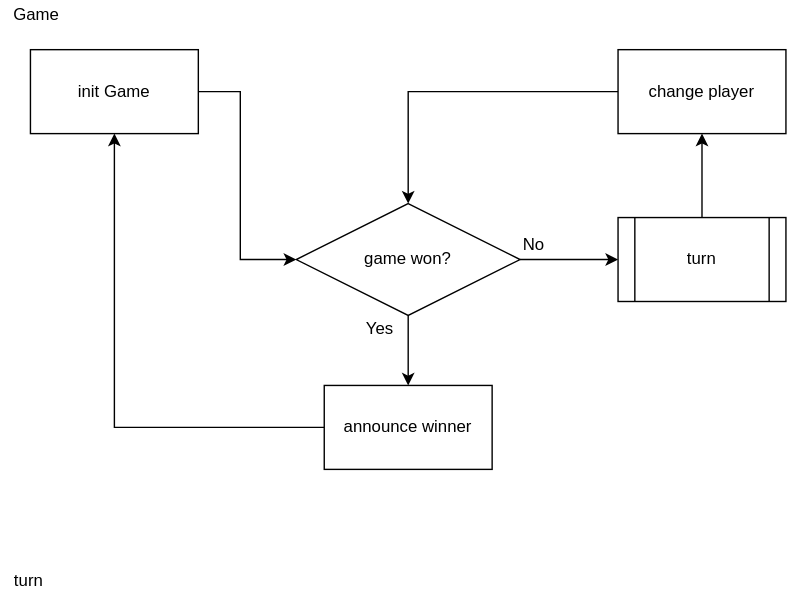
Above: doc/flowcharts/game.svg in shishakohle/AI-funurona (draw.io), before the change. Source tidied: cells renumbered, new cells last; positions are measured from the earlier drawing's top-left corner, leaving out a move shared by most shapes.
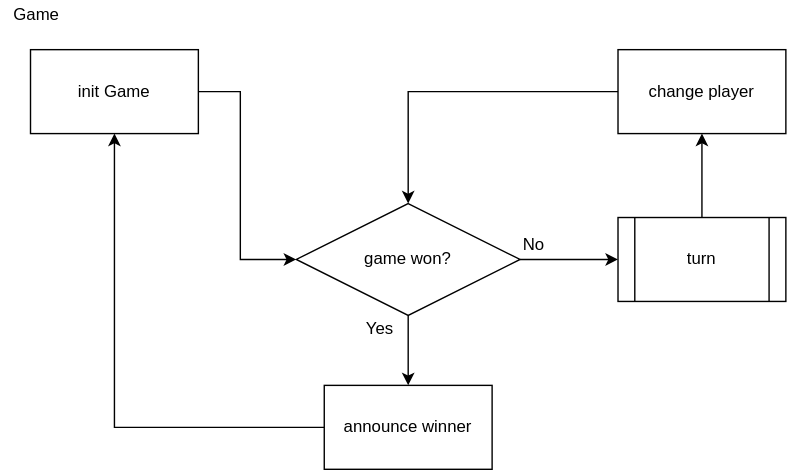
The same diagram one commit later.

The edit, as a diff of the source:
```diff
@@ -49,8 +49,5 @@
     <mxCell id="15" value="No" style="text;html=1;strokeColor=none;fillColor=none;align=center;verticalAlign=middle;whiteSpace=wrap;rounded=0;" parent="1" vertex="1">
       <mxGeometry x="361" y="165" width="40" height="20" as="geometry" />
     </mxCell>
-    <mxCell id="16" value="turn" style="text;html=1;strokeColor=none;fillColor=none;align=center;verticalAlign=middle;whiteSpace=wrap;rounded=0;" parent="1" vertex="1">
-      <mxGeometry y="405" width="40" height="20" as="geometry" />
-    </mxCell>
   </root>
 </mxGraphModel>
```
